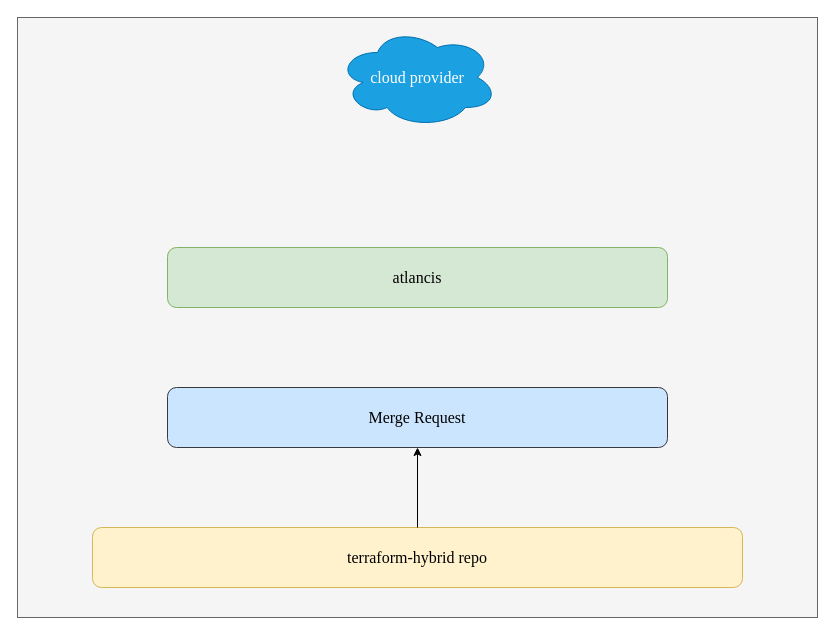
Before: atlantis.drawio in YanshanSong/draw.io, a draw.io diagram. Source tidied: cells renumbered, new cells numbered last; positions are measured from the earlier drawing's top-left corner, leaving out a move shared by most shapes. Both pictures are drawn from the tidied source at 100%, with x=0, y=0 at pixel (17, 17).
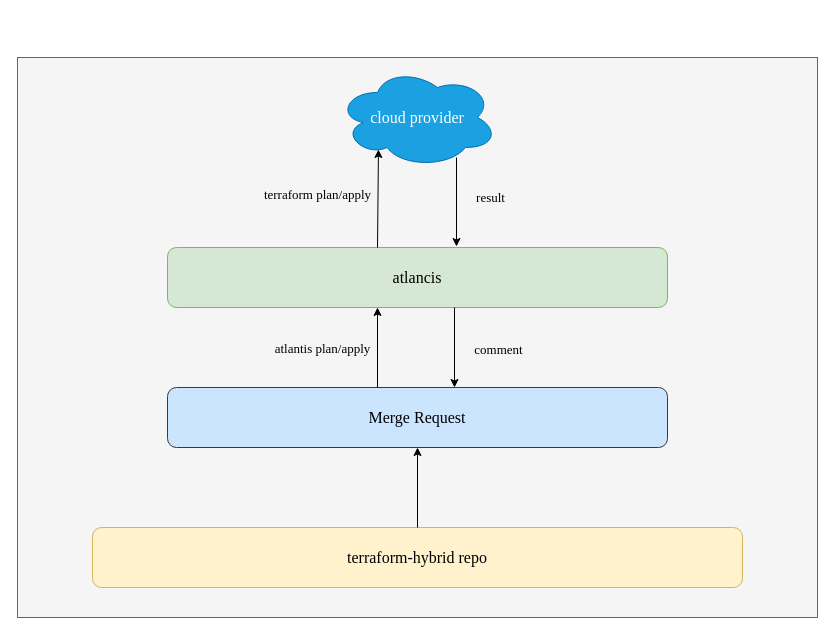
The same page after the edit.

What changed in the source:
```diff
@@
     <mxCell id="2" style="rounded=0;whiteSpace=wrap;html=1;fillColor=#f5f5f5;fontColor=#333333;strokeColor=#666666;fontFamily=Times New Roman;" parent="1" vertex="1">
-      <mxGeometry width="800" height="600" as="geometry" />
+      <mxGeometry y="40" width="800" height="560" as="geometry" />
     </mxCell>
@@
     <mxCell id="7" value="&lt;font style=&quot;font-size: 16px;&quot;&gt;cloud provider&lt;/font&gt;" style="ellipse;shape=cloud;whiteSpace=wrap;html=1;fontFamily=Times New Roman;fillColor=#1ba1e2;strokeColor=#006EAF;fontColor=#ffffff;" parent="1" vertex="1">
-      <mxGeometry x="320" y="10" width="160" height="100" as="geometry" />
+      <mxGeometry x="320" y="50" width="160" height="100" as="geometry" />
     </mxCell>
+    <mxCell id="8" style="endArrow=classic;html=1;rounded=0;exitX=0.5;exitY=0;exitDx=0;exitDy=0;entryX=0.5;entryY=1;entryDx=0;entryDy=0;fontFamily=Times New Roman;" parent="1" edge="1">
+      <mxGeometry relative="1" as="geometry">
+        <mxPoint x="360" y="370" as="sourcePoint" />
+        <mxPoint x="360" y="290" as="targetPoint" />
+      </mxGeometry>
+    </mxCell>
+    <mxCell id="9" style="endArrow=classic;html=1;rounded=0;exitX=0.5;exitY=0;exitDx=0;exitDy=0;entryX=0.256;entryY=0.82;entryDx=0;entryDy=0;fontFamily=Times New Roman;entryPerimeter=0;" parent="1" edge="1" target="7">
+      <mxGeometry relative="1" as="geometry">
+        <mxPoint x="360" y="230" as="sourcePoint" />
+      </mxGeometry>
+    </mxCell>
+    <mxCell id="10" value="terraform plan/apply" style="edgeLabel;html=1;align=center;verticalAlign=middle;labelBackgroundColor=none;fontFamily=Times New Roman;fontSize=13;" parent="9" vertex="1">
+      <mxGeometry x="0.08" y="2" relative="1" as="geometry">
+        <mxPoint x="-59" as="offset" />
+      </mxGeometry>
+    </mxCell>
+    <mxCell id="11" style="endArrow=classic;html=1;rounded=0;entryX=0.574;entryY=-0.017;entryDx=0;entryDy=0;fontFamily=Times New Roman;entryPerimeter=0;" parent="1" edge="1">
+      <mxGeometry relative="1" as="geometry">
+        <mxPoint x="439" y="140" as="sourcePoint" />
+        <mxPoint x="439" y="229" as="targetPoint" />
+      </mxGeometry>
+    </mxCell>
+    <mxCell id="12" value="result" style="edgeLabel;html=1;align=center;verticalAlign=middle;fontFamily=Times New Roman;labelBackgroundColor=none;fontSize=13;" parent="11" vertex="1">
+      <mxGeometry x="-0.12" y="1" relative="1" as="geometry">
+        <mxPoint x="32" as="offset" />
+      </mxGeometry>
+    </mxCell>
+    <mxCell id="13" style="endArrow=classic;html=1;rounded=0;fontFamily=Times New Roman;" parent="1" edge="1">
+      <mxGeometry relative="1" as="geometry">
+        <mxPoint x="437" y="290" as="sourcePoint" />
+        <mxPoint x="437" y="370" as="targetPoint" />
+      </mxGeometry>
+    </mxCell>
+    <mxCell id="14" value="comment" style="edgeLabel;html=1;align=center;verticalAlign=middle;fontFamily=Times New Roman;labelBackgroundColor=none;fontSize=13;" parent="13" vertex="1">
+      <mxGeometry x="0.03" y="-2" relative="1" as="geometry">
+        <mxPoint x="45" as="offset" />
+      </mxGeometry>
+    </mxCell>
+    <mxCell id="15" value="atlantis plan/apply" style="edgeLabel;html=1;align=center;verticalAlign=middle;labelBackgroundColor=none;fontFamily=Times New Roman;fontSize=13;" parent="1" vertex="1">
+      <mxGeometry x="330" y="209" as="geometry">
+        <mxPoint x="-26" y="121" as="offset" />
+      </mxGeometry>
+    </mxCell>
```
